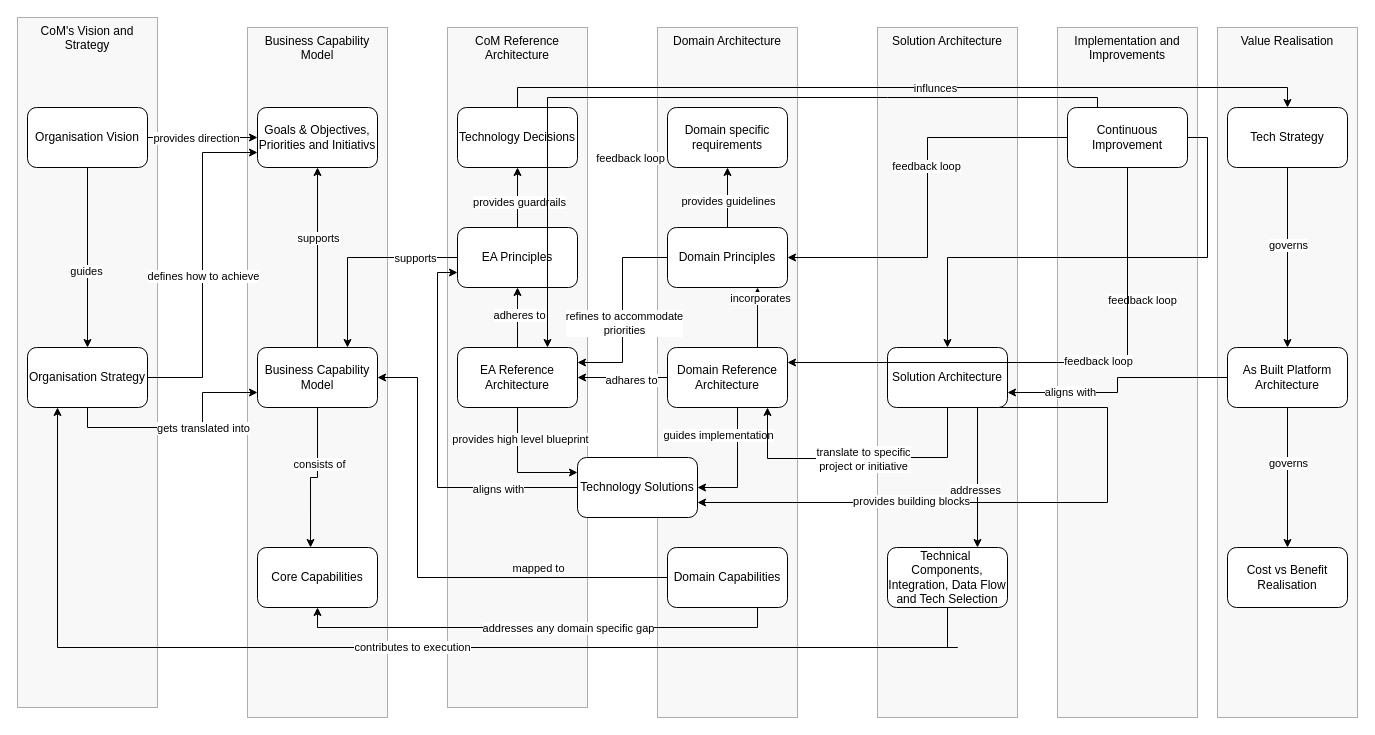
Above: page "Page-12" (12 of 12) of Untitled Diagram.drawio in onlinepractice/digitalbanking (draw.io), before the change. Source tidied: cells renumbered, new cells numbered last; positions are measured from the earlier drawing's top-left corner, leaving out a move shared by most shapes. Both pictures are drawn from the tidied source at 100%, with x=0, y=0 at pixel (7, 17).
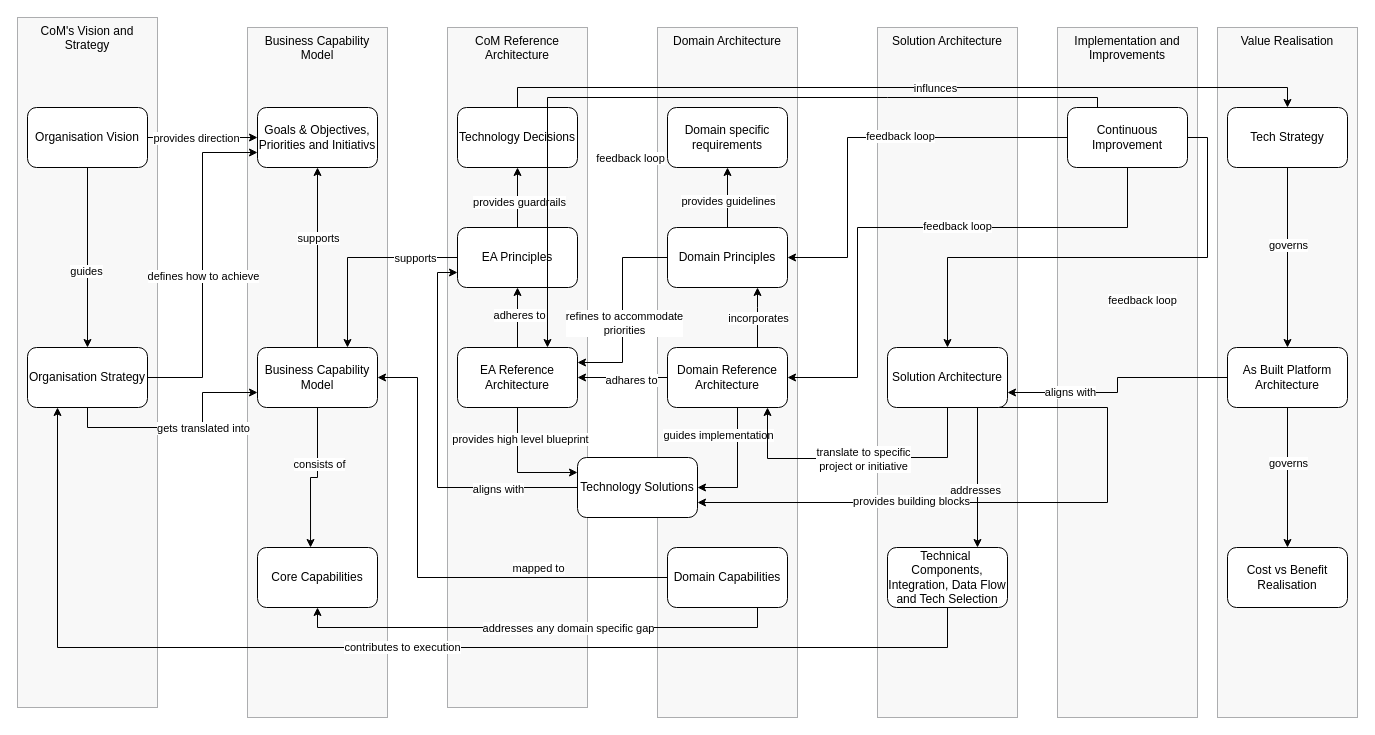
The same diagram, later.

Unchanged cells that the change refers to:
```xml
<mxCell id="18" value="Organisation Strategy" style="rounded=1;whiteSpace=wrap;html=1;" parent="1" vertex="1">
  <mxGeometry x="20" y="330" width="120" height="60" as="geometry" />
</mxCell>
<mxCell id="33" value="Domain Principles" style="rounded=1;whiteSpace=wrap;html=1;" parent="1" vertex="1">
  <mxGeometry x="660" y="210" width="120" height="60" as="geometry" />
</mxCell>
<mxCell id="40" value="Domain Reference Architecture" style="rounded=1;whiteSpace=wrap;html=1;" parent="1" vertex="1">
  <mxGeometry x="660" y="330" width="120" height="60" as="geometry" />
</mxCell>
<mxCell id="68" value="Technical&amp;nbsp; Components, Integration, Data Flow and Tech Selection" style="rounded=1;whiteSpace=wrap;html=1;" parent="1" vertex="1">
  <mxGeometry x="880" y="530" width="120" height="60" as="geometry" />
</mxCell>
<mxCell id="73" value="Continuous Improvement" style="rounded=1;whiteSpace=wrap;html=1;" parent="1" vertex="1">
  <mxGeometry x="1060" y="90" width="120" height="60" as="geometry" />
</mxCell>
```

Diff of the diagram source:
```diff
@@
     <mxCell id="36" style="edgeStyle=orthogonalEdgeStyle;rounded=0;jettySize=auto;html=1;entryX=0.75;entryY=1;entryDx=0;entryDy=0;exitX=0.75;exitY=0;exitDx=0;exitDy=0;" parent="1" edge="1" source="40" target="33">
       <mxGeometry relative="1" as="geometry">
         <Array as="points">
-          <mxPoint x="780" y="280" />
-          <mxPoint x="780" y="280" />
+          <mxPoint x="750" y="290" />
+          <mxPoint x="750" y="290" />
         </Array>
       </mxGeometry>
     </mxCell>
     <mxCell id="37" value="incorporates" style="edgeLabel;html=1;align=center;verticalAlign=middle;" parent="36" vertex="1">
-      <mxGeometry x="-0.13" relative="1" as="geometry" />
+      <mxGeometry x="-0.13" relative="1" as="geometry">
+        <mxPoint y="-4" as="offset" />
+      </mxGeometry>
     </mxCell>
@@
     <mxCell id="67" value="contributes to execution" style="edgeStyle=orthogonalEdgeStyle;rounded=0;jettySize=auto;html=1;entryX=0.25;entryY=1;entryDx=0;entryDy=0;exitX=0.5;exitY=1;exitDx=0;exitDy=0;" parent="1" edge="1" source="68" target="18">
       <mxGeometry relative="1" as="geometry">
         <Array as="points">
-          <mxPoint x="950" y="630" />
-          <mxPoint y="630" />
+          <mxPoint x="940" y="630" />
+          <mxPoint x="50" y="630" />
         </Array>
       </mxGeometry>
     </mxCell>
@@
     <mxCell id="71" style="edgeStyle=orthogonalEdgeStyle;rounded=0;jettySize=auto;html=1;entryX=1;entryY=0.5;entryDx=0;entryDy=0;" parent="1" edge="1" source="73" target="33">
-      <mxGeometry relative="1" as="geometry" />
+      <mxGeometry relative="1" as="geometry">
+        <Array as="points">
+          <mxPoint x="840" y="120" />
+          <mxPoint x="840" y="240" />
+        </Array>
+      </mxGeometry>
     </mxCell>
@@
-    <mxCell id="76" style="edgeStyle=orthogonalEdgeStyle;rounded=0;jettySize=auto;html=1;entryX=1;entryY=0.25;entryDx=0;entryDy=0;exitX=0.5;exitY=1;exitDx=0;exitDy=0;" parent="1" edge="1" source="73" target="40">
-      <mxGeometry relative="1" as="geometry" />
+    <mxCell id="76" style="edgeStyle=orthogonalEdgeStyle;rounded=0;jettySize=auto;html=1;exitX=0.5;exitY=1;exitDx=0;exitDy=0;" parent="1" edge="1" source="73">
+      <mxGeometry relative="1" as="geometry">
+        <mxPoint x="780" y="360" as="targetPoint" />
+        <Array as="points">
+          <mxPoint x="1120" y="210" />
+          <mxPoint x="850" y="210" />
+          <mxPoint x="850" y="360" />
+        </Array>
+      </mxGeometry>
     </mxCell>
```
